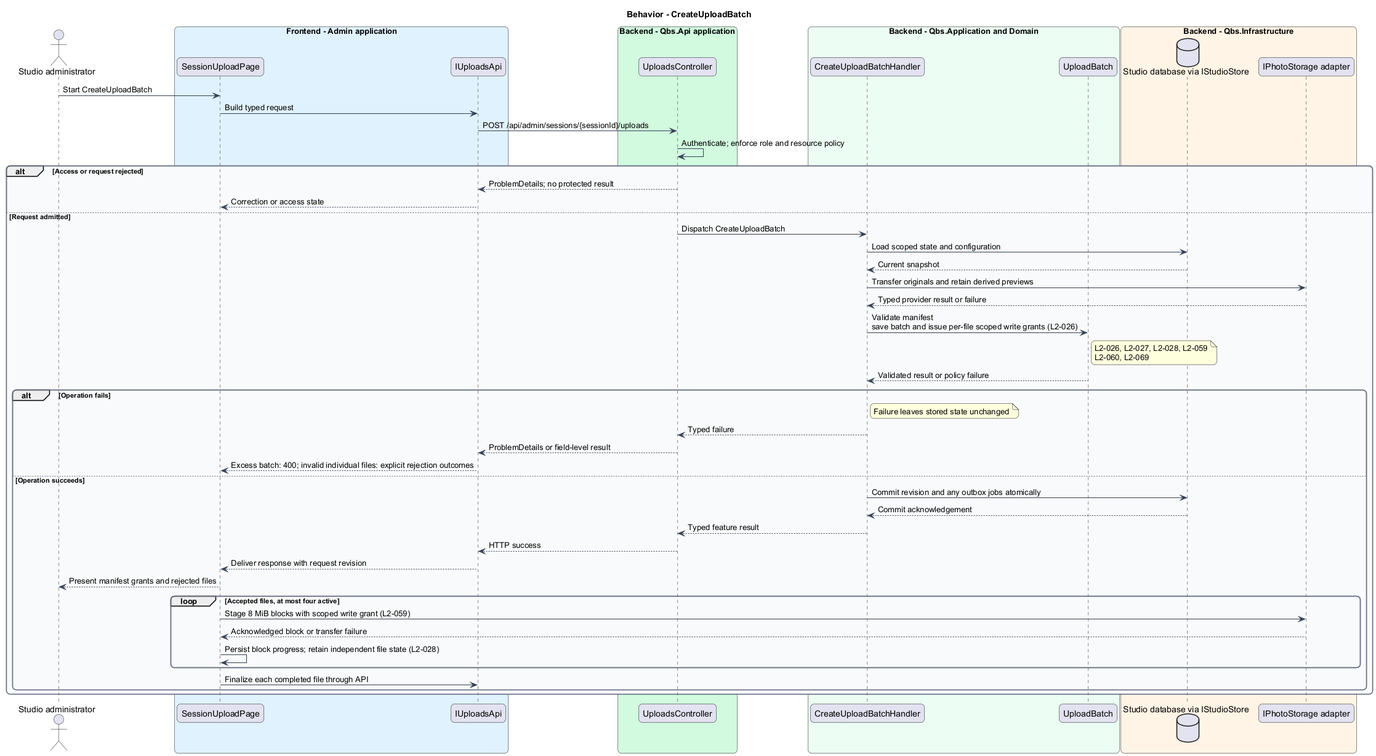
QuinntyneBrown/quinntyne-brown-studio keeps this PlantUML diagram as docs/detailed-designs/session-photos/upload-session-photos/diagrams/sequence-create-upload-batch.png. Above is the earlier version.
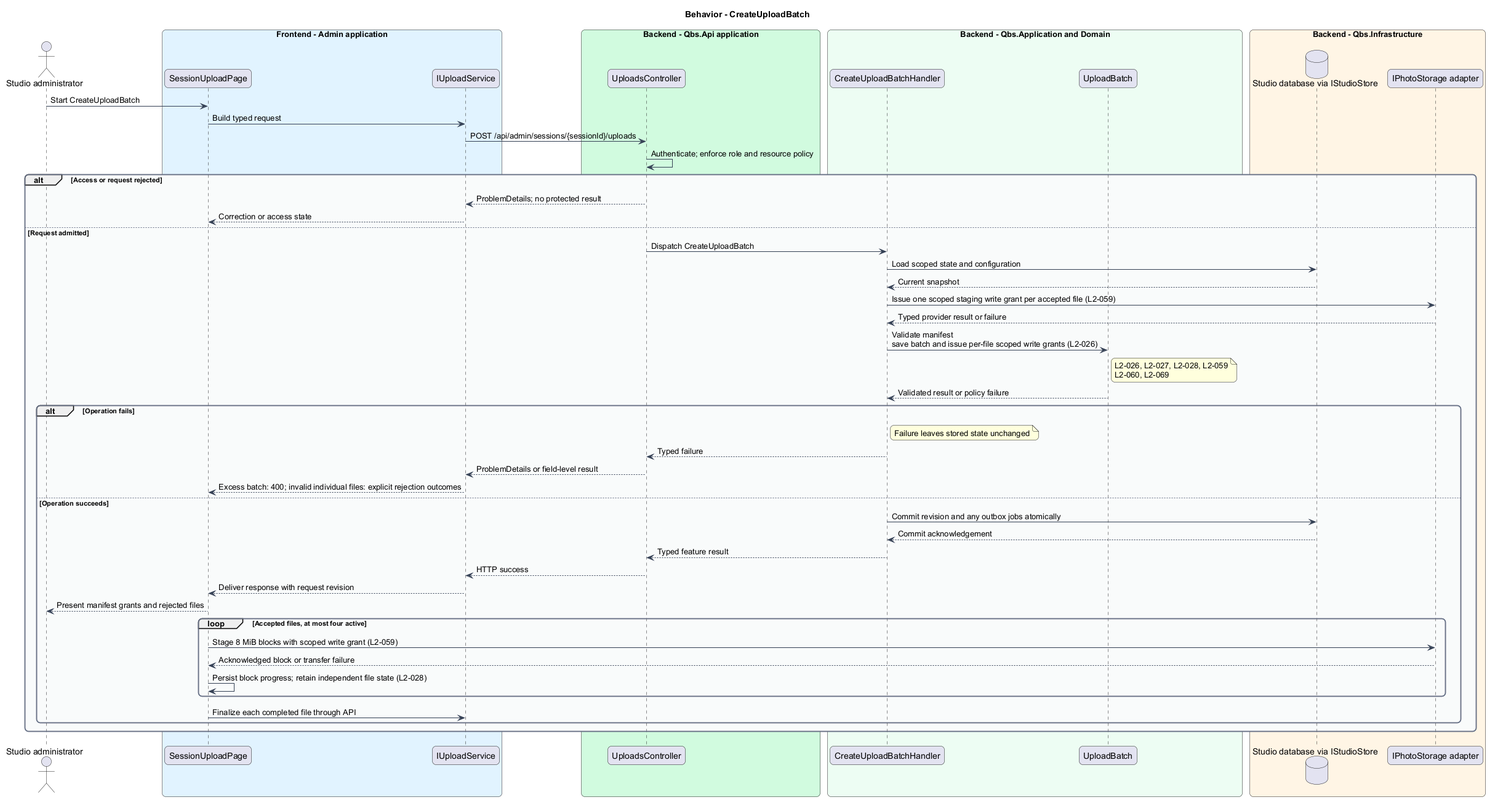
After the commit.

Diff of the diagram source:
```diff
@@ -17,7 +17,7 @@
 actor "Studio administrator" as actor
 box "Frontend - Admin application" #E0F2FE
  participant "SessionUploadPage" as page
- participant "IUploadsApi" as client
+ participant "IUploadService" as client
 end box
 box "Backend - Qbs.Api application" #D1FADF
  participant "UploadsController" as controller
@@ -41,7 +41,7 @@
 controller -> handler : Dispatch CreateUploadBatch
 handler -> db : Load scoped state and configuration
 db --> handler : Current snapshot
-handler -> ext : Transfer originals and retain derived previews
+handler -> ext : Issue one scoped staging write grant per accepted file (L2-059)
 ext --> handler : Typed provider result or failure
 handler -> entity : Validate manifest\nsave batch and issue per-file scoped write grants (L2-026)
 note right of entity
```
